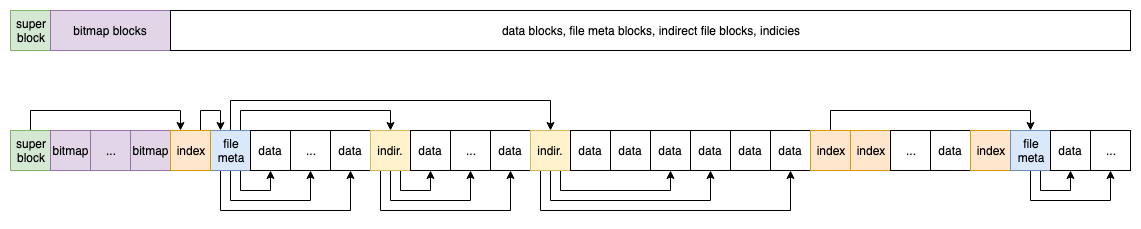
Above: img/fs-scheme.png in chechulnikov/fs (draw.io), before the change. Source tidied: cells renumbered, new cells last; positions are measured from the earlier drawing's top-left corner, leaving out a move shared by most shapes.
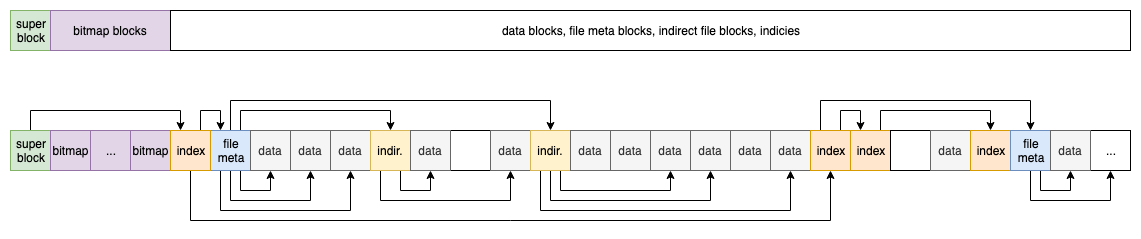
The same diagram one commit later.

The edit, as a diff of the source:
```diff
@@ -17,30 +17,30 @@
     <mxCell id="6" value="bitmap" style="rounded=0;whiteSpace=wrap;html=1;fillColor=#e1d5e7;strokeColor=#9673a6;" parent="1" vertex="1">
       <mxGeometry x="120" y="120" width="40" height="40" as="geometry" />
     </mxCell>
-    <mxCell id="7" style="edgeStyle=orthogonalEdgeStyle;rounded=0;jettySize=auto;html=1;exitX=0.75;exitY=1;exitDx=0;exitDy=0;entryX=0.5;entryY=1;entryDx=0;entryDy=0;" parent="1" edge="1" source="12" target="13">
-      <mxGeometry relative="1" as="geometry">
-        <Array as="points">
-          <mxPoint x="230" y="180" />
-          <mxPoint x="260" y="180" />
-        </Array>
-      </mxGeometry>
-    </mxCell>
-    <mxCell id="8" style="edgeStyle=orthogonalEdgeStyle;rounded=0;jettySize=auto;html=1;exitX=0.5;exitY=1;exitDx=0;exitDy=0;entryX=0.5;entryY=1;entryDx=0;entryDy=0;" parent="1" edge="1" source="12" target="14">
-      <mxGeometry relative="1" as="geometry">
-        <Array as="points">
-          <mxPoint x="220" y="190" />
-          <mxPoint x="300" y="190" />
-        </Array>
-      </mxGeometry>
-    </mxCell>
-    <mxCell id="9" style="edgeStyle=orthogonalEdgeStyle;rounded=0;jettySize=auto;html=1;exitX=0.25;exitY=1;exitDx=0;exitDy=0;entryX=0.5;entryY=1;entryDx=0;entryDy=0;" parent="1" edge="1" source="12" target="15">
-      <mxGeometry relative="1" as="geometry">
-        <Array as="points">
-          <mxPoint x="210" y="200" />
-          <mxPoint x="340" y="200" />
-        </Array>
-      </mxGeometry>
-    </mxCell>
+    <mxCell id="49" style="edgeStyle=orthogonalEdgeStyle;rounded=0;jettySize=auto;html=1;exitX=0.75;exitY=1;exitDx=0;exitDy=0;entryX=0.5;entryY=1;entryDx=0;entryDy=0;" parent="1" edge="1" source="12" target="52">
+      <mxGeometry relative="1" as="geometry">
+        <Array as="points">
+          <mxPoint x="230" y="180" />
+          <mxPoint x="260" y="180" />
+        </Array>
+      </mxGeometry>
+    </mxCell>
+    <mxCell id="50" style="edgeStyle=orthogonalEdgeStyle;rounded=0;jettySize=auto;html=1;exitX=0.5;exitY=1;exitDx=0;exitDy=0;entryX=0.5;entryY=1;entryDx=0;entryDy=0;" parent="1" edge="1" source="12" target="53">
+      <mxGeometry relative="1" as="geometry">
+        <Array as="points">
+          <mxPoint x="220" y="190" />
+          <mxPoint x="300" y="190" />
+        </Array>
+      </mxGeometry>
+    </mxCell>
+    <mxCell id="51" style="edgeStyle=orthogonalEdgeStyle;rounded=0;jettySize=auto;html=1;exitX=0.25;exitY=1;exitDx=0;exitDy=0;entryX=0.5;entryY=1;entryDx=0;entryDy=0;" parent="1" edge="1" source="12" target="54">
+      <mxGeometry relative="1" as="geometry">
+        <Array as="points">
+          <mxPoint x="210" y="200" />
+          <mxPoint x="340" y="200" />
+        </Array>
+      </mxGeometry>
+    </mxCell>
     <mxCell id="10" style="edgeStyle=orthogonalEdgeStyle;rounded=0;jettySize=auto;html=1;exitX=0.75;exitY=0;exitDx=0;exitDy=0;entryX=0.5;entryY=0;entryDx=0;entryDy=0;" parent="1" edge="1" source="12" target="19">
       <mxGeometry relative="1" as="geometry" />
     </mxCell>
@@ -55,67 +55,59 @@
     <mxCell id="12" value="file&lt;br&gt;meta&lt;br&gt;" style="rounded=0;whiteSpace=wrap;html=1;fillColor=#dae8fc;strokeColor=#6c8ebf;" parent="1" vertex="1">
       <mxGeometry x="200" y="120" width="40" height="40" as="geometry" />
     </mxCell>
-    <mxCell id="13" value="data&lt;br&gt;" style="rounded=0;whiteSpace=wrap;html=1;" parent="1" vertex="1">
-      <mxGeometry x="240" y="120" width="40" height="40" as="geometry" />
-    </mxCell>
-    <mxCell id="14" value="..." style="rounded=0;whiteSpace=wrap;html=1;" parent="1" vertex="1">
-      <mxGeometry x="280" y="120" width="40" height="40" as="geometry" />
-    </mxCell>
-    <mxCell id="15" value="data" style="rounded=0;whiteSpace=wrap;html=1;" parent="1" vertex="1">
-      <mxGeometry x="320" y="120" width="40" height="40" as="geometry" />
-    </mxCell>
-    <mxCell id="16" style="edgeStyle=orthogonalEdgeStyle;rounded=0;jettySize=auto;html=1;exitX=0.75;exitY=1;exitDx=0;exitDy=0;entryX=0.5;entryY=1;entryDx=0;entryDy=0;" parent="1" edge="1" source="19" target="45">
-      <mxGeometry relative="1" as="geometry">
-        <Array as="points">
-          <mxPoint x="390" y="180" />
-          <mxPoint x="420" y="180" />
-        </Array>
-      </mxGeometry>
-    </mxCell>
-    <mxCell id="17" style="edgeStyle=orthogonalEdgeStyle;rounded=0;jettySize=auto;html=1;exitX=0.5;exitY=1;exitDx=0;exitDy=0;entryX=0.5;entryY=1;entryDx=0;entryDy=0;" parent="1" edge="1" source="19" target="20">
-      <mxGeometry relative="1" as="geometry">
-        <Array as="points">
-          <mxPoint x="380" y="190" />
-          <mxPoint x="460" y="190" />
-        </Array>
-      </mxGeometry>
-    </mxCell>
-    <mxCell id="18" style="edgeStyle=orthogonalEdgeStyle;rounded=0;jettySize=auto;html=1;exitX=0.25;exitY=1;exitDx=0;exitDy=0;entryX=0.5;entryY=1;entryDx=0;entryDy=0;endArrow=classic;endFill=1;" parent="1" edge="1" source="19" target="21">
-      <mxGeometry relative="1" as="geometry">
-        <Array as="points">
-          <mxPoint x="370" y="200" />
-          <mxPoint x="500" y="200" />
-        </Array>
-      </mxGeometry>
-    </mxCell>
+    <mxCell id="52" value="data&lt;br&gt;" style="rounded=0;whiteSpace=wrap;html=1;fillColor=#f5f5f5;strokeColor=#666666;fontColor=#333333;" parent="1" vertex="1">
+      <mxGeometry x="240" y="120" width="40" height="40" as="geometry" />
+    </mxCell>
+    <mxCell id="53" value="data" style="rounded=0;whiteSpace=wrap;html=1;fillColor=#f5f5f5;strokeColor=#666666;fontColor=#333333;" parent="1" vertex="1">
+      <mxGeometry x="280" y="120" width="40" height="40" as="geometry" />
+    </mxCell>
+    <mxCell id="54" value="data" style="rounded=0;whiteSpace=wrap;html=1;fillColor=#f5f5f5;strokeColor=#666666;fontColor=#333333;" parent="1" vertex="1">
+      <mxGeometry x="320" y="120" width="40" height="40" as="geometry" />
+    </mxCell>
+    <mxCell id="55" style="edgeStyle=orthogonalEdgeStyle;rounded=0;jettySize=auto;html=1;exitX=0.75;exitY=1;exitDx=0;exitDy=0;entryX=0.5;entryY=1;entryDx=0;entryDy=0;" parent="1" edge="1" source="19" target="72">
+      <mxGeometry relative="1" as="geometry">
+        <Array as="points">
+          <mxPoint x="390" y="180" />
+          <mxPoint x="420" y="180" />
+        </Array>
+      </mxGeometry>
+    </mxCell>
+    <mxCell id="56" style="edgeStyle=orthogonalEdgeStyle;rounded=0;jettySize=auto;html=1;exitX=0.25;exitY=1;exitDx=0;exitDy=0;entryX=0.5;entryY=1;entryDx=0;entryDy=0;endArrow=classic;endFill=1;" parent="1" edge="1" source="19" target="58">
+      <mxGeometry relative="1" as="geometry">
+        <Array as="points">
+          <mxPoint x="370" y="190" />
+          <mxPoint x="500" y="190" />
+        </Array>
+      </mxGeometry>
+    </mxCell>
     <mxCell id="19" value="indir." style="rounded=0;whiteSpace=wrap;html=1;fillColor=#fff2cc;strokeColor=#d6b656;" parent="1" vertex="1">
       <mxGeometry x="360" y="120" width="40" height="40" as="geometry" />
     </mxCell>
-    <mxCell id="20" value="..." style="rounded=0;whiteSpace=wrap;html=1;" parent="1" vertex="1">
-      <mxGeometry x="440" y="120" width="40" height="40" as="geometry" />
-    </mxCell>
-    <mxCell id="21" value="data" style="rounded=0;whiteSpace=wrap;html=1;" parent="1" vertex="1">
-      <mxGeometry x="480" y="120" width="40" height="40" as="geometry" />
-    </mxCell>
-    <mxCell id="22" style="edgeStyle=orthogonalEdgeStyle;rounded=0;jettySize=auto;html=1;exitX=0.75;exitY=1;exitDx=0;exitDy=0;entryX=0.5;entryY=1;entryDx=0;entryDy=0;endArrow=classic;endFill=1;" parent="1" edge="1" source="25" target="46">
-      <mxGeometry relative="1" as="geometry" />
-    </mxCell>
-    <mxCell id="23" style="edgeStyle=orthogonalEdgeStyle;rounded=0;jettySize=auto;html=1;exitX=0.5;exitY=1;exitDx=0;exitDy=0;entryX=0.5;entryY=1;entryDx=0;entryDy=0;endArrow=classic;endFill=1;" parent="1" edge="1" source="25" target="29">
-      <mxGeometry relative="1" as="geometry">
-        <Array as="points">
-          <mxPoint x="540" y="190" />
-          <mxPoint x="700" y="190" />
-        </Array>
-      </mxGeometry>
-    </mxCell>
-    <mxCell id="24" style="edgeStyle=orthogonalEdgeStyle;rounded=0;jettySize=auto;html=1;exitX=0.25;exitY=1;exitDx=0;exitDy=0;entryX=0.5;entryY=1;entryDx=0;entryDy=0;endArrow=classic;endFill=1;" parent="1" edge="1" source="25" target="31">
-      <mxGeometry relative="1" as="geometry">
-        <Array as="points">
-          <mxPoint x="530" y="200" />
-          <mxPoint x="780" y="200" />
-        </Array>
-      </mxGeometry>
-    </mxCell>
+    <mxCell id="57" style="rounded=0;whiteSpace=wrap;html=1;" parent="1" vertex="1">
+      <mxGeometry x="440" y="120" width="40" height="40" as="geometry" />
+    </mxCell>
+    <mxCell id="58" value="data" style="rounded=0;whiteSpace=wrap;html=1;fillColor=#f5f5f5;strokeColor=#666666;fontColor=#333333;" parent="1" vertex="1">
+      <mxGeometry x="480" y="120" width="40" height="40" as="geometry" />
+    </mxCell>
+    <mxCell id="59" style="edgeStyle=orthogonalEdgeStyle;rounded=0;jettySize=auto;html=1;exitX=0.75;exitY=1;exitDx=0;exitDy=0;entryX=0.5;entryY=1;entryDx=0;entryDy=0;endArrow=classic;endFill=1;" parent="1" edge="1" source="25" target="73">
+      <mxGeometry relative="1" as="geometry" />
+    </mxCell>
+    <mxCell id="60" style="edgeStyle=orthogonalEdgeStyle;rounded=0;jettySize=auto;html=1;exitX=0.5;exitY=1;exitDx=0;exitDy=0;entryX=0.5;entryY=1;entryDx=0;entryDy=0;endArrow=classic;endFill=1;" parent="1" edge="1" source="25" target="64">
+      <mxGeometry relative="1" as="geometry">
+        <Array as="points">
+          <mxPoint x="540" y="190" />
+          <mxPoint x="700" y="190" />
+        </Array>
+      </mxGeometry>
+    </mxCell>
+    <mxCell id="61" style="edgeStyle=orthogonalEdgeStyle;rounded=0;jettySize=auto;html=1;exitX=0.25;exitY=1;exitDx=0;exitDy=0;entryX=0.5;entryY=1;entryDx=0;entryDy=0;endArrow=classic;endFill=1;" parent="1" edge="1" source="25" target="66">
+      <mxGeometry relative="1" as="geometry">
+        <Array as="points">
+          <mxPoint x="530" y="200" />
+          <mxPoint x="780" y="200" />
+        </Array>
+      </mxGeometry>
+    </mxCell>
     <mxCell id="25" value="indir." style="rounded=0;whiteSpace=wrap;html=1;fillColor=#fff2cc;strokeColor=#d6b656;" parent="1" vertex="1">
       <mxGeometry x="520" y="120" width="40" height="40" as="geometry" />
     </mxCell>
@@ -127,50 +119,75 @@
         </Array>
       </mxGeometry>
     </mxCell>
+    <mxCell id="62" style="edgeStyle=orthogonalEdgeStyle;rounded=0;jettySize=auto;html=1;exitX=0.5;exitY=1;exitDx=0;exitDy=0;entryX=0.5;entryY=1;entryDx=0;entryDy=0;endArrow=classic;endFill=1;" parent="1" edge="1" source="27" target="37">
+      <mxGeometry relative="1" as="geometry">
+        <Array as="points">
+          <mxPoint x="180" y="210" />
+          <mxPoint x="820" y="210" />
+        </Array>
+      </mxGeometry>
+    </mxCell>
     <mxCell id="27" value="index" style="rounded=0;whiteSpace=wrap;html=1;fillColor=#ffe6cc;strokeColor=#d79b00;" parent="1" vertex="1">
       <mxGeometry x="160" y="120" width="40" height="40" as="geometry" />
     </mxCell>
-    <mxCell id="28" value="data" style="rounded=0;whiteSpace=wrap;html=1;" parent="1" vertex="1">
-      <mxGeometry x="600" y="120" width="40" height="40" as="geometry" />
-    </mxCell>
-    <mxCell id="29" value="data" style="rounded=0;whiteSpace=wrap;html=1;" parent="1" vertex="1">
-      <mxGeometry x="680" y="120" width="40" height="40" as="geometry" />
-    </mxCell>
-    <mxCell id="30" value="data" style="rounded=0;whiteSpace=wrap;html=1;" parent="1" vertex="1">
-      <mxGeometry x="720" y="120" width="40" height="40" as="geometry" />
-    </mxCell>
-    <mxCell id="31" value="data" style="rounded=0;whiteSpace=wrap;html=1;" parent="1" vertex="1">
-      <mxGeometry x="760" y="120" width="40" height="40" as="geometry" />
-    </mxCell>
+    <mxCell id="63" value="data" style="rounded=0;whiteSpace=wrap;html=1;fillColor=#f5f5f5;strokeColor=#666666;fontColor=#333333;" parent="1" vertex="1">
+      <mxGeometry x="600" y="120" width="40" height="40" as="geometry" />
+    </mxCell>
+    <mxCell id="64" value="data" style="rounded=0;whiteSpace=wrap;html=1;fillColor=#f5f5f5;strokeColor=#666666;fontColor=#333333;" parent="1" vertex="1">
+      <mxGeometry x="680" y="120" width="40" height="40" as="geometry" />
+    </mxCell>
+    <mxCell id="65" value="data" style="rounded=0;whiteSpace=wrap;html=1;fillColor=#f5f5f5;strokeColor=#666666;fontColor=#333333;" parent="1" vertex="1">
+      <mxGeometry x="720" y="120" width="40" height="40" as="geometry" />
+    </mxCell>
+    <mxCell id="66" value="data" style="rounded=0;whiteSpace=wrap;html=1;fillColor=#f5f5f5;strokeColor=#666666;fontColor=#333333;" parent="1" vertex="1">
+      <mxGeometry x="760" y="120" width="40" height="40" as="geometry" />
+    </mxCell>
+    <mxCell id="67" style="edgeStyle=orthogonalEdgeStyle;rounded=0;jettySize=auto;html=1;exitX=0.75;exitY=0;exitDx=0;exitDy=0;entryX=0.5;entryY=0;entryDx=0;entryDy=0;endArrow=classic;endFill=1;" parent="1" edge="1" source="32" target="35">
+      <mxGeometry relative="1" as="geometry" />
+    </mxCell>
     <mxCell id="32" value="index" style="rounded=0;whiteSpace=wrap;html=1;fillColor=#ffe6cc;strokeColor=#d79b00;" parent="1" vertex="1">
       <mxGeometry x="840" y="120" width="40" height="40" as="geometry" />
     </mxCell>
-    <mxCell id="33" value="..." style="rounded=0;whiteSpace=wrap;html=1;" parent="1" vertex="1">
-      <mxGeometry x="880" y="120" width="40" height="40" as="geometry" />
-    </mxCell>
-    <mxCell id="34" value="data" style="rounded=0;whiteSpace=wrap;html=1;" parent="1" vertex="1">
-      <mxGeometry x="920" y="120" width="40" height="40" as="geometry" />
-    </mxCell>
+    <mxCell id="68" style="rounded=0;whiteSpace=wrap;html=1;" parent="1" vertex="1">
+      <mxGeometry x="880" y="120" width="40" height="40" as="geometry" />
+    </mxCell>
+    <mxCell id="69" value="data" style="rounded=0;whiteSpace=wrap;html=1;fillColor=#f5f5f5;strokeColor=#666666;fontColor=#333333;" parent="1" vertex="1">
+      <mxGeometry x="920" y="120" width="40" height="40" as="geometry" />
+    </mxCell>
     <mxCell id="35" value="index" style="rounded=0;whiteSpace=wrap;html=1;fillColor=#ffe6cc;strokeColor=#d79b00;" parent="1" vertex="1">
       <mxGeometry x="960" y="120" width="40" height="40" as="geometry" />
     </mxCell>
-    <mxCell id="36" style="edgeStyle=orthogonalEdgeStyle;rounded=0;jettySize=auto;html=1;exitX=0.5;exitY=0;exitDx=0;exitDy=0;entryX=0.5;entryY=0;entryDx=0;entryDy=0;endArrow=classic;endFill=1;" parent="1" edge="1" source="37" target="41">
-      <mxGeometry relative="1" as="geometry" />
+    <mxCell id="36" style="edgeStyle=orthogonalEdgeStyle;rounded=0;jettySize=auto;html=1;exitX=0.05;exitY=0;exitDx=0;exitDy=0;entryX=0.5;entryY=0;entryDx=0;entryDy=0;endArrow=classic;endFill=1;exitPerimeter=0;" parent="1" edge="1" source="37" target="41">
+      <mxGeometry relative="1" as="geometry">
+        <Array as="points">
+          <mxPoint x="810" y="120" />
+          <mxPoint x="810" y="90" />
+          <mxPoint x="1020" y="90" />
+        </Array>
+      </mxGeometry>
     </mxCell>
+    <mxCell id="70" style="edgeStyle=orthogonalEdgeStyle;rounded=0;jettySize=auto;html=1;exitX=0.75;exitY=0;exitDx=0;exitDy=0;entryX=0.25;entryY=0;entryDx=0;entryDy=0;endArrow=classic;endFill=1;" parent="1" edge="1" source="37" target="32">
+      <mxGeometry relative="1" as="geometry">
+        <Array as="points">
+          <mxPoint x="830" y="100" />
+          <mxPoint x="850" y="100" />
+        </Array>
+      </mxGeometry>
+    </mxCell>
     <mxCell id="37" value="index" style="rounded=0;whiteSpace=wrap;html=1;fillColor=#ffe6cc;strokeColor=#d79b00;" parent="1" vertex="1">
       <mxGeometry x="800" y="120" width="40" height="40" as="geometry" />
     </mxCell>
     <mxCell id="38" value="..." style="rounded=0;whiteSpace=wrap;html=1;" parent="1" vertex="1">
       <mxGeometry x="1080" y="120" width="40" height="40" as="geometry" />
     </mxCell>
-    <mxCell id="39" style="edgeStyle=orthogonalEdgeStyle;rounded=0;jettySize=auto;html=1;exitX=0.75;exitY=1;exitDx=0;exitDy=0;entryX=0.5;entryY=1;entryDx=0;entryDy=0;" parent="1" edge="1" source="41" target="47">
-      <mxGeometry relative="1" as="geometry">
-        <Array as="points">
-          <mxPoint x="1030" y="180" />
-          <mxPoint x="1060" y="180" />
-        </Array>
-      </mxGeometry>
-    </mxCell>
+    <mxCell id="71" style="edgeStyle=orthogonalEdgeStyle;rounded=0;jettySize=auto;html=1;exitX=0.75;exitY=1;exitDx=0;exitDy=0;entryX=0.5;entryY=1;entryDx=0;entryDy=0;" parent="1" edge="1" source="41" target="74">
+      <mxGeometry relative="1" as="geometry">
+        <Array as="points">
+          <mxPoint x="1030" y="180" />
+          <mxPoint x="1060" y="180" />
+        </Array>
+      </mxGeometry>
+    </mxCell>
     <mxCell id="40" style="edgeStyle=orthogonalEdgeStyle;rounded=0;jettySize=auto;html=1;exitX=0.5;exitY=1;exitDx=0;exitDy=0;entryX=0.5;entryY=1;entryDx=0;entryDy=0;" parent="1" edge="1" source="41" target="38">
       <mxGeometry relative="1" as="geometry">
         <Array as="points">
@@ -191,17 +208,17 @@
     <mxCell id="44" value="data blocks, file meta blocks, indirect file blocks, indicies" style="rounded=0;whiteSpace=wrap;html=1;" parent="1" vertex="1">
       <mxGeometry x="160" width="960" height="40" as="geometry" />
     </mxCell>
-    <mxCell id="45" value="data" style="rounded=0;whiteSpace=wrap;html=1;" parent="1" vertex="1">
-      <mxGeometry x="400" y="120" width="40" height="40" as="geometry" />
-    </mxCell>
-    <mxCell id="46" value="data" style="rounded=0;whiteSpace=wrap;html=1;" parent="1" vertex="1">
-      <mxGeometry x="640" y="120" width="40" height="40" as="geometry" />
-    </mxCell>
-    <mxCell id="47" value="data" style="rounded=0;whiteSpace=wrap;html=1;" parent="1" vertex="1">
-      <mxGeometry x="1040" y="120" width="40" height="40" as="geometry" />
-    </mxCell>
-    <mxCell id="48" value="data" style="rounded=0;whiteSpace=wrap;html=1;" parent="1" vertex="1">
-      <mxGeometry x="560" y="120" width="40" height="40" as="geometry" />
-    </mxCell>
+    <mxCell id="72" value="data" style="rounded=0;whiteSpace=wrap;html=1;fillColor=#f5f5f5;strokeColor=#666666;fontColor=#333333;" parent="1" vertex="1">
+      <mxGeometry x="400" y="120" width="40" height="40" as="geometry" />
+    </mxCell>
+    <mxCell id="73" value="data" style="rounded=0;whiteSpace=wrap;html=1;fillColor=#f5f5f5;strokeColor=#666666;fontColor=#333333;" parent="1" vertex="1">
+      <mxGeometry x="640" y="120" width="40" height="40" as="geometry" />
+    </mxCell>
+    <mxCell id="74" value="data" style="rounded=0;whiteSpace=wrap;html=1;fillColor=#f5f5f5;strokeColor=#666666;fontColor=#333333;" parent="1" vertex="1">
+      <mxGeometry x="1040" y="120" width="40" height="40" as="geometry" />
+    </mxCell>
+    <mxCell id="75" value="data" style="rounded=0;whiteSpace=wrap;html=1;fillColor=#f5f5f5;strokeColor=#666666;fontColor=#333333;" parent="1" vertex="1">
+      <mxGeometry x="560" y="120" width="40" height="40" as="geometry" />
+    </mxCell>
   </root>
 </mxGraphModel>
```
